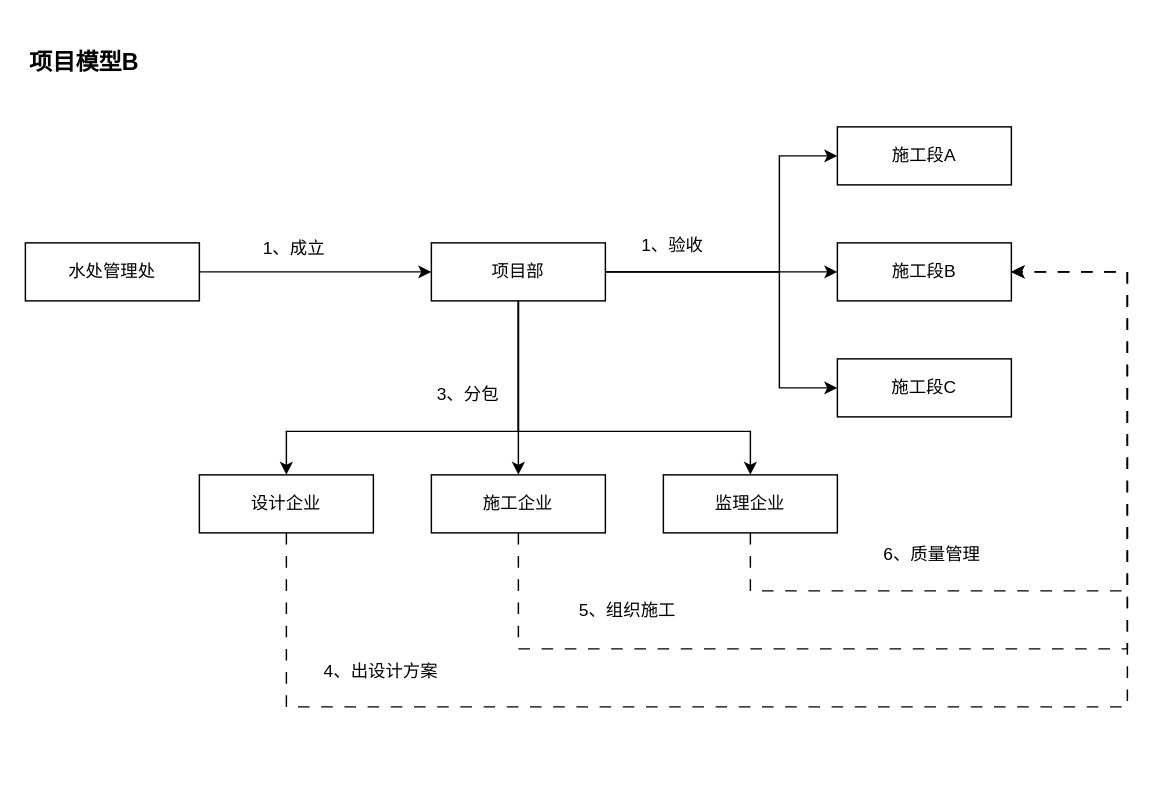
Before: page "0004" (4 of 4) of src/main/work/zhonghuan/20231109095819.drawio in ab-doc/draw.io, a draw.io diagram. Source tidied: cells renumbered, new cells numbered last; positions are measured from the earlier drawing's top-left corner, leaving out a move shared by most shapes. Both pictures are drawn from the tidied source at 145%, with x=0, y=0 at pixel (25, 39).
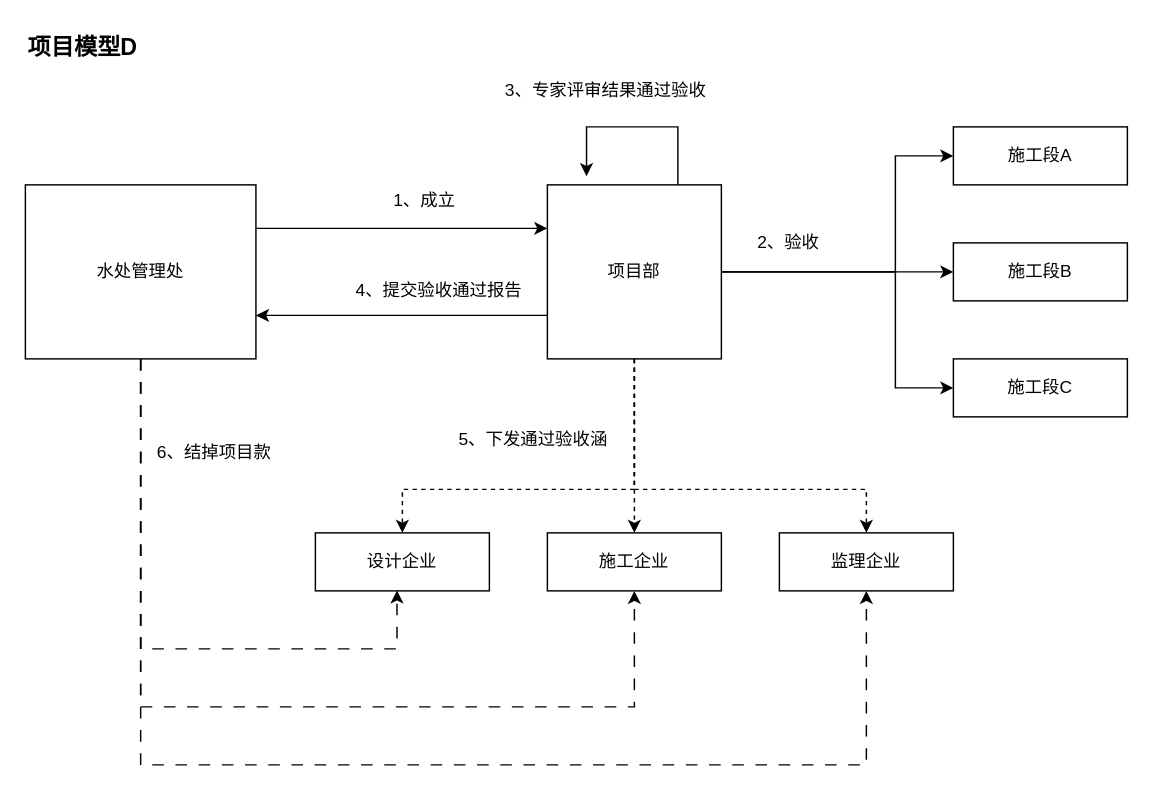
The same page after the edit.

Change to the diagram source:
```diff
@@
-    <mxCell id="0" />
-    <mxCell id="1" parent="0" />
-    <mxCell id="2" value="&lt;b style=&quot;font-size: 16px;&quot;&gt;项目模型B&lt;/b&gt;" style="text;html=1;align=left;verticalAlign=middle;strokeColor=none;fillColor=none;fontSize=16;rounded=0;labelBackgroundColor=none;" parent="1" vertex="1">
-      <mxGeometry x="0.5" width="100" height="30" as="geometry" />
-    </mxCell>
-    <mxCell id="3" style="rounded=0;jettySize=auto;html=1;entryX=1;entryY=0.5;entryDx=0;entryDy=0;exitX=0;exitY=0.5;exitDx=0;exitDy=0;startArrow=classic;startFill=1;endArrow=none;endFill=0;" parent="1" edge="1" source="10" target="11">
-      <mxGeometry relative="1" as="geometry" />
-    </mxCell>
+    <mxCell id="27" />
+    <mxCell id="28" parent="27" />
+    <mxCell id="29" value="&lt;b style=&quot;font-size: 16px;&quot;&gt;项目模型D&lt;/b&gt;" style="text;html=1;align=left;verticalAlign=middle;strokeColor=none;fillColor=none;fontSize=16;rounded=0;labelBackgroundColor=none;" parent="28" vertex="1">
+      <mxGeometry y="-10" width="100" height="30" as="geometry" />
+    </mxCell>
+    <mxCell id="30" style="rounded=0;jettySize=auto;html=1;entryX=1;entryY=0.25;entryDx=0;entryDy=0;exitX=0;exitY=0.25;exitDx=0;exitDy=0;startArrow=classic;startFill=1;endArrow=none;endFill=0;" parent="28" edge="1" source="10" target="11">
+      <mxGeometry relative="1" as="geometry" />
+    </mxCell>
-    <mxCell id="4" style="edgeStyle=orthogonalEdgeStyle;rounded=0;jettySize=auto;html=1;entryX=0;entryY=0.5;entryDx=0;entryDy=0;" parent="1" edge="1" source="10" target="14">
+    <mxCell id="4" style="edgeStyle=orthogonalEdgeStyle;rounded=0;jettySize=auto;html=1;entryX=0;entryY=0.5;entryDx=0;entryDy=0;" parent="28" edge="1" source="10" target="14">
       <mxGeometry relative="1" as="geometry">
         <Array as="points">
-          <mxPoint x="520" y="160" />
-          <mxPoint x="520" y="80" />
+          <mxPoint x="600" y="160" />
+          <mxPoint x="600" y="80" />
         </Array>
       </mxGeometry>
     </mxCell>
-    <mxCell id="5" style="edgeStyle=orthogonalEdgeStyle;rounded=0;jettySize=auto;html=1;entryX=0;entryY=0.5;entryDx=0;entryDy=0;" parent="1" edge="1" source="10" target="15">
+    <mxCell id="5" style="edgeStyle=orthogonalEdgeStyle;rounded=0;jettySize=auto;html=1;entryX=0;entryY=0.5;entryDx=0;entryDy=0;" parent="28" edge="1" source="10" target="15">
       <mxGeometry relative="1" as="geometry">
         <Array as="points">
-          <mxPoint x="520" y="160" />
-          <mxPoint x="520" y="240" />
+          <mxPoint x="600" y="160" />
+          <mxPoint x="600" y="240" />
         </Array>
       </mxGeometry>
     </mxCell>
-    <mxCell id="6" style="edgeStyle=orthogonalEdgeStyle;rounded=0;jettySize=auto;html=1;" parent="1" edge="1" source="10" target="16">
-      <mxGeometry relative="1" as="geometry" />
+    <mxCell id="6" style="edgeStyle=orthogonalEdgeStyle;rounded=0;jettySize=auto;html=1;entryX=0;entryY=0.5;entryDx=0;entryDy=0;exitX=1;exitY=0.5;exitDx=0;exitDy=0;" parent="28" edge="1" source="10" target="16">
+      <mxGeometry relative="1" as="geometry">
+        <Array as="points">
+          <mxPoint x="540" y="160" />
+          <mxPoint x="540" y="160" />
+        </Array>
+      </mxGeometry>
     </mxCell>
-    <mxCell id="7" style="edgeStyle=orthogonalEdgeStyle;rounded=0;jettySize=auto;html=1;exitX=0.5;exitY=1;exitDx=0;exitDy=0;" parent="1" edge="1" source="10" target="18">
+    <mxCell id="7" style="edgeStyle=orthogonalEdgeStyle;rounded=0;jettySize=auto;html=1;exitX=0.5;exitY=1;exitDx=0;exitDy=0;dashed=1;" parent="28" edge="1" source="10" target="18">
       <mxGeometry relative="1" as="geometry">
         <Array as="points">
-          <mxPoint x="340" y="270" />
-          <mxPoint x="500" y="270" />
+          <mxPoint x="420" y="310" />
+          <mxPoint x="580" y="310" />
         </Array>
       </mxGeometry>
     </mxCell>
-    <mxCell id="8" style="edgeStyle=orthogonalEdgeStyle;rounded=0;jettySize=auto;html=1;exitX=0.5;exitY=1;exitDx=0;exitDy=0;" parent="1" edge="1" source="10" target="20">
+    <mxCell id="8" style="edgeStyle=orthogonalEdgeStyle;rounded=0;jettySize=auto;html=1;exitX=0.5;exitY=1;exitDx=0;exitDy=0;dashed=1;" parent="28" edge="1" source="10" target="20">
       <mxGeometry relative="1" as="geometry">
         <Array as="points">
-          <mxPoint x="340" y="270" />
-          <mxPoint x="180" y="270" />
+          <mxPoint x="420" y="310" />
+          <mxPoint x="260" y="310" />
         </Array>
       </mxGeometry>
     </mxCell>
-    <mxCell id="9" style="edgeStyle=orthogonalEdgeStyle;rounded=0;jettySize=auto;html=1;" parent="1" edge="1" source="10" target="22">
+    <mxCell id="9" style="edgeStyle=orthogonalEdgeStyle;rounded=0;jettySize=auto;html=1;dashed=1;" parent="28" edge="1" source="10" target="22">
       <mxGeometry relative="1" as="geometry" />
     </mxCell>
+    <mxCell id="31" style="edgeStyle=orthogonalEdgeStyle;rounded=0;orthogonalLoop=1;jettySize=auto;html=1;exitX=0.75;exitY=0;exitDx=0;exitDy=0;entryX=0.225;entryY=-0.05;entryDx=0;entryDy=0;entryPerimeter=0;" parent="28" edge="1" source="10" target="10">
+      <mxGeometry relative="1" as="geometry">
+        <Array as="points">
+          <mxPoint x="450" y="60" />
+          <mxPoint x="387" y="60" />
+        </Array>
+      </mxGeometry>
+    </mxCell>
-    <mxCell id="10" value="项目部" style="rounded=0;whiteSpace=wrap;html=1;" parent="1" vertex="1">
-      <mxGeometry x="280" y="140" width="120" height="40" as="geometry" />
+    <mxCell id="10" value="项目部" style="rounded=0;whiteSpace=wrap;html=1;" parent="28" vertex="1">
+      <mxGeometry x="360" y="100" width="120" height="120" as="geometry" />
     </mxCell>
+    <mxCell id="32" style="edgeStyle=orthogonalEdgeStyle;rounded=0;jettySize=auto;html=1;entryX=0.469;entryY=0.992;entryDx=0;entryDy=0;entryPerimeter=0;exitX=0.5;exitY=1;exitDx=0;exitDy=0;dashed=1;dashPattern=8 8;" parent="28" edge="1" source="11" target="20">
+      <mxGeometry relative="1" as="geometry">
+        <Array as="points">
+          <mxPoint x="80" y="420" />
+          <mxPoint x="256" y="420" />
+        </Array>
+      </mxGeometry>
+    </mxCell>
+    <mxCell id="33" style="edgeStyle=orthogonalEdgeStyle;rounded=0;jettySize=auto;html=1;entryX=0.5;entryY=1;entryDx=0;entryDy=0;dashed=1;dashPattern=8 8;" parent="28" edge="1" source="11" target="22">
+      <mxGeometry relative="1" as="geometry">
+        <Array as="points">
+          <mxPoint x="80" y="460" />
+          <mxPoint x="420" y="460" />
+        </Array>
+      </mxGeometry>
+    </mxCell>
+    <mxCell id="34" style="edgeStyle=orthogonalEdgeStyle;rounded=0;jettySize=auto;html=1;entryX=0.5;entryY=1;entryDx=0;entryDy=0;exitX=0.5;exitY=1;exitDx=0;exitDy=0;dashed=1;dashPattern=8 8;" parent="28" edge="1" source="11" target="18">
+      <mxGeometry relative="1" as="geometry">
+        <Array as="points">
+          <mxPoint x="80" y="500" />
+          <mxPoint x="580" y="500" />
+        </Array>
+      </mxGeometry>
+    </mxCell>
-    <mxCell id="11" value="水处管理处" style="rounded=0;whiteSpace=wrap;html=1;" parent="1" vertex="1">
-      <mxGeometry y="140" width="120" height="40" as="geometry" />
+    <mxCell id="11" value="水处管理处" style="rounded=0;whiteSpace=wrap;html=1;" parent="28" vertex="1">
+      <mxGeometry y="100" width="159" height="120" as="geometry" />
     </mxCell>
-    <mxCell id="12" value="1、成立" style="text;html=1;align=center;verticalAlign=middle;strokeColor=none;fillColor=none;" parent="1" vertex="1">
-      <mxGeometry x="150" y="129" width="70" height="30" as="geometry" />
+    <mxCell id="12" value="1、成立" style="text;html=1;align=center;verticalAlign=middle;strokeColor=none;fillColor=none;" parent="28" vertex="1">
+      <mxGeometry x="240" y="96" width="70" height="30" as="geometry" />
     </mxCell>
-    <mxCell id="13" value="3、分包" style="text;html=1;align=center;verticalAlign=middle;strokeColor=none;fillColor=none;" parent="1" vertex="1">
-      <mxGeometry x="270" y="230" width="70" height="30" as="geometry" />
-    </mxCell>
+    <mxCell id="35" value="5、下发通过验收涵" style="text;html=1;align=center;verticalAlign=middle;strokeColor=none;fillColor=none;" parent="28" vertex="1">
+      <mxGeometry x="285" y="261" width="130" height="30" as="geometry" />
+    </mxCell>
-    <mxCell id="14" value="施工段A" style="rounded=0;whiteSpace=wrap;html=1;" parent="1" vertex="1">
-      <mxGeometry x="560" y="60" width="120" height="40" as="geometry" />
+    <mxCell id="14" value="施工段A" style="rounded=0;whiteSpace=wrap;html=1;" parent="28" vertex="1">
+      <mxGeometry x="640" y="60" width="120" height="40" as="geometry" />
     </mxCell>
-    <mxCell id="15" value="施工段C" style="rounded=0;whiteSpace=wrap;html=1;" parent="1" vertex="1">
-      <mxGeometry x="560" y="220" width="120" height="40" as="geometry" />
+    <mxCell id="15" value="施工段C" style="rounded=0;whiteSpace=wrap;html=1;" parent="28" vertex="1">
+      <mxGeometry x="640" y="220" width="120" height="40" as="geometry" />
     </mxCell>
-    <mxCell id="16" value="施工段B" style="rounded=0;whiteSpace=wrap;html=1;" parent="1" vertex="1">
-      <mxGeometry x="560" y="140" width="120" height="40" as="geometry" />
+    <mxCell id="16" value="施工段B" style="rounded=0;whiteSpace=wrap;html=1;" parent="28" vertex="1">
+      <mxGeometry x="640" y="140" width="120" height="40" as="geometry" />
     </mxCell>
-    <mxCell id="17" style="edgeStyle=orthogonalEdgeStyle;rounded=0;jettySize=auto;html=1;entryX=1;entryY=0.5;entryDx=0;entryDy=0;dashed=1;dashPattern=8 8;" parent="1" edge="1" source="18" target="16">
-      <mxGeometry relative="1" as="geometry">
-        <Array as="points">
-          <mxPoint x="500" y="380" />
-          <mxPoint x="760" y="380" />
-          <mxPoint x="760" y="160" />
-        </Array>
-      </mxGeometry>
-    </mxCell>
-    <mxCell id="18" value="监理企业" style="rounded=0;whiteSpace=wrap;html=1;" parent="1" vertex="1">
-      <mxGeometry x="440" y="300" width="120" height="40" as="geometry" />
+    <mxCell id="18" value="监理企业" style="rounded=0;whiteSpace=wrap;html=1;" parent="28" vertex="1">
+      <mxGeometry x="520" y="340" width="120" height="40" as="geometry" />
     </mxCell>
-    <mxCell id="19" style="edgeStyle=orthogonalEdgeStyle;rounded=0;jettySize=auto;html=1;entryX=1;entryY=0.5;entryDx=0;entryDy=0;dashed=1;dashPattern=8 8;" parent="1" edge="1" source="20" target="16">
-      <mxGeometry relative="1" as="geometry">
-        <Array as="points">
-          <mxPoint x="180" y="460" />
-          <mxPoint x="760" y="460" />
-          <mxPoint x="760" y="160" />
-        </Array>
-      </mxGeometry>
-    </mxCell>
-    <mxCell id="20" value="设计企业" style="rounded=0;whiteSpace=wrap;html=1;" parent="1" vertex="1">
-      <mxGeometry x="120" y="300" width="120" height="40" as="geometry" />
+    <mxCell id="20" value="设计企业" style="rounded=0;whiteSpace=wrap;html=1;" parent="28" vertex="1">
+      <mxGeometry x="200" y="340" width="120" height="40" as="geometry" />
     </mxCell>
-    <mxCell id="21" style="edgeStyle=orthogonalEdgeStyle;rounded=0;jettySize=auto;html=1;entryX=1;entryY=0.5;entryDx=0;entryDy=0;dashed=1;dashPattern=8 8;" parent="1" edge="1" source="22" target="16">
-      <mxGeometry relative="1" as="geometry">
-        <Array as="points">
-          <mxPoint x="340" y="420" />
-          <mxPoint x="760" y="420" />
-          <mxPoint x="760" y="160" />
-        </Array>
-      </mxGeometry>
-    </mxCell>
-    <mxCell id="22" value="施工企业" style="rounded=0;whiteSpace=wrap;html=1;" parent="1" vertex="1">
-      <mxGeometry x="280" y="300" width="120" height="40" as="geometry" />
+    <mxCell id="22" value="施工企业" style="rounded=0;whiteSpace=wrap;html=1;" parent="28" vertex="1">
+      <mxGeometry x="360" y="340" width="120" height="40" as="geometry" />
     </mxCell>
-    <mxCell id="23" value="1、验收" style="text;html=1;align=center;verticalAlign=middle;strokeColor=none;fillColor=none;" parent="1" vertex="1">
-      <mxGeometry x="411" y="127" width="70" height="30" as="geometry" />
-    </mxCell>
-    <mxCell id="24" value="4、出设计方案" style="text;html=1;align=center;verticalAlign=middle;strokeColor=none;fillColor=none;" parent="1" vertex="1">
-      <mxGeometry x="195" y="421" width="100" height="30" as="geometry" />
-    </mxCell>
-    <mxCell id="25" value="5、组织施工" style="text;html=1;align=center;verticalAlign=middle;strokeColor=none;fillColor=none;" parent="1" vertex="1">
-      <mxGeometry x="370" y="379" width="90" height="30" as="geometry" />
-    </mxCell>
-    <mxCell id="26" value="6、质量管理" style="text;html=1;align=center;verticalAlign=middle;strokeColor=none;fillColor=none;" parent="1" vertex="1">
-      <mxGeometry x="580" y="340" width="90" height="30" as="geometry" />
-    </mxCell>
+    <mxCell id="36" value="2、验收" style="text;html=1;align=center;verticalAlign=middle;strokeColor=none;fillColor=none;" parent="28" vertex="1">
+      <mxGeometry x="491" y="125" width="70" height="30" as="geometry" />
+    </mxCell>
+    <mxCell id="37" value="3、专家评审结果通过验收" style="text;html=1;align=center;verticalAlign=middle;strokeColor=none;fillColor=none;" parent="28" vertex="1">
+      <mxGeometry x="320" y="20" width="160" height="30" as="geometry" />
+    </mxCell>
+    <mxCell id="38" style="rounded=0;jettySize=auto;html=1;entryX=1;entryY=0.75;entryDx=0;entryDy=0;exitX=0;exitY=0.75;exitDx=0;exitDy=0;startArrow=none;startFill=0;endArrow=classic;endFill=1;" parent="28" edge="1" source="10" target="11">
+      <mxGeometry relative="1" as="geometry" />
+    </mxCell>
+    <mxCell id="39" value="4、提交验收通过报告" style="text;html=1;align=center;verticalAlign=middle;strokeColor=none;fillColor=none;" parent="28" vertex="1">
+      <mxGeometry x="215" y="158" width="140" height="30" as="geometry" />
+    </mxCell>
+    <mxCell id="40" value="6、结掉项目款" style="text;html=1;align=center;verticalAlign=middle;strokeColor=none;fillColor=none;" parent="28" vertex="1">
+      <mxGeometry x="80" y="270" width="100" height="30" as="geometry" />
+    </mxCell>
```
